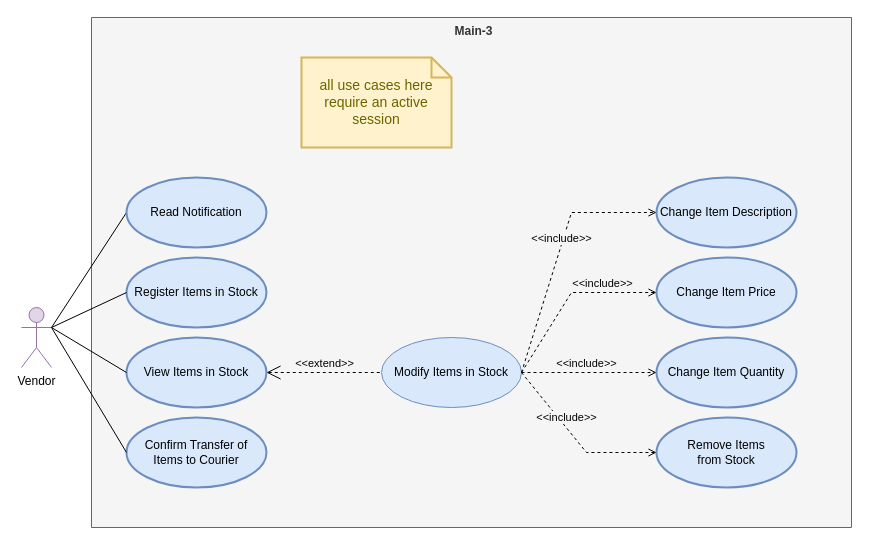
nati-esh-zed/online_shopping_webapp keeps this draw.io diagram as page "Main-3" (5 of 5) of software requirement/design/Use Case Diagram.drawio. Above is the earlier version. Source tidied: cells renumbered, new cells numbered last; positions are measured from the earlier drawing's top-left corner, leaving out a move shared by most shapes. Both pictures are drawn from the tidied source at 100%, with x=0, y=0 at pixel (21, 17).
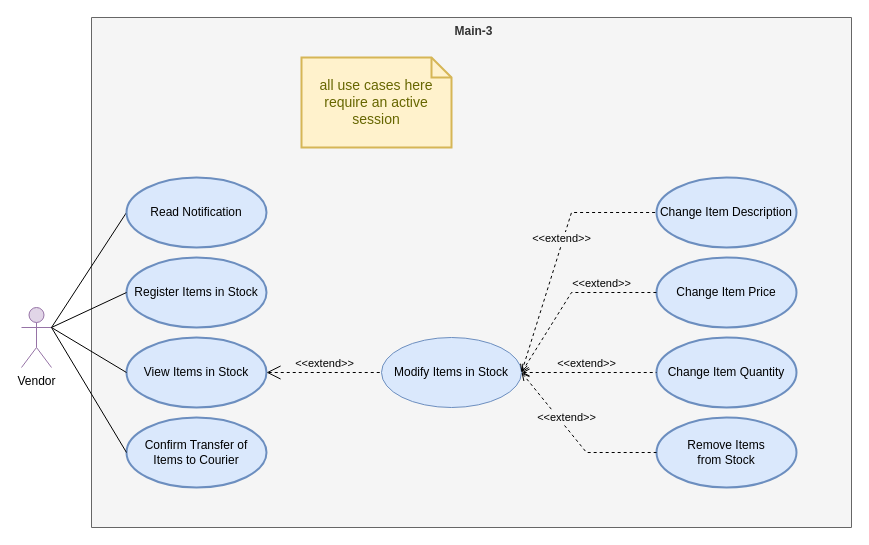
After the change.

Commit message (it also covers changes not shown here):
fix include-extend use-case diagram

Unchanged cells that the change refers to:
```xml
<mxCell id="13" value="Modify Items in Stock" style="ellipse;whiteSpace=wrap;html=1;fillColor=#dae8fc;strokeColor=#6c8ebf;strokeWidth=1;" parent="1" vertex="1">
  <mxGeometry x="360" y="320" width="140" height="70" as="geometry" />
</mxCell>
<mxCell id="15" value="Change Item Quantity" style="ellipse;whiteSpace=wrap;html=1;fillColor=#dae8fc;strokeColor=#6c8ebf;strokeWidth=2;" parent="1" vertex="1">
  <mxGeometry x="635" y="320" width="140" height="70" as="geometry" />
</mxCell>
<mxCell id="17" value="Remove Items&lt;br style=&quot;border-color: var(--border-color);&quot;&gt;from Stock" style="ellipse;whiteSpace=wrap;html=1;fillColor=#dae8fc;strokeColor=#6c8ebf;strokeWidth=2;" parent="1" vertex="1">
  <mxGeometry x="635" y="400" width="140" height="70" as="geometry" />
</mxCell>
<mxCell id="19" value="Change Item Description" style="ellipse;whiteSpace=wrap;html=1;fillColor=#dae8fc;strokeColor=#6c8ebf;strokeWidth=2;" parent="1" vertex="1">
  <mxGeometry x="635" y="160" width="140" height="70" as="geometry" />
</mxCell>
<mxCell id="21" value="Change Item Price" style="ellipse;whiteSpace=wrap;html=1;fillColor=#dae8fc;strokeColor=#6c8ebf;strokeWidth=2;" parent="1" vertex="1">
  <mxGeometry x="635" y="240" width="140" height="70" as="geometry" />
</mxCell>
```

The edit, as a diff of the source:
```diff
@@
-    <mxCell id="16" value="&amp;lt;&amp;lt;include&amp;gt;&amp;gt;" style="edgeStyle=none;html=1;endArrow=open;verticalAlign=bottom;dashed=1;labelBackgroundColor=#F5F5F5;rounded=0;exitX=1;exitY=0.5;exitDx=0;exitDy=0;entryX=0;entryY=0.5;entryDx=0;entryDy=0;" parent="1" edge="1" source="13" target="15">
+    <mxCell id="16" value="&amp;lt;&amp;lt;extend&amp;gt;&amp;gt;" style="edgeStyle=none;html=1;endArrow=none;verticalAlign=bottom;dashed=1;labelBackgroundColor=#F5F5F5;rounded=0;exitX=1;exitY=0.5;exitDx=0;exitDy=0;entryX=0;entryY=0.5;entryDx=0;entryDy=0;startArrow=open;startFill=0;endFill=0;" parent="1" edge="1" source="13" target="15">
       <mxGeometry x="-0.04" relative="1" as="geometry" />
     </mxCell>
@@
-    <mxCell id="18" value="&amp;lt;&amp;lt;include&amp;gt;&amp;gt;" style="edgeStyle=none;html=1;endArrow=open;verticalAlign=bottom;dashed=1;labelBackgroundColor=#F5F5F5;rounded=0;entryX=0;entryY=0.5;entryDx=0;entryDy=0;exitX=1;exitY=0.5;exitDx=0;exitDy=0;" parent="1" edge="1" source="13" target="17">
+    <mxCell id="18" value="&amp;lt;&amp;lt;extend&amp;gt;&amp;gt;" style="edgeStyle=none;html=1;endArrow=none;verticalAlign=bottom;dashed=1;labelBackgroundColor=#F5F5F5;rounded=0;entryX=0;entryY=0.5;entryDx=0;entryDy=0;exitX=1;exitY=0.5;exitDx=0;exitDy=0;startArrow=open;startFill=0;endFill=0;" parent="1" edge="1" source="13" target="17">
       <mxGeometry x="-0.18" relative="1" as="geometry">
         <Array as="points">
           <mxPoint x="565" y="435" />
         </Array>
         <mxPoint y="-1" as="offset" />
       </mxGeometry>
     </mxCell>
@@
-    <mxCell id="20" value="&amp;lt;&amp;lt;include&amp;gt;&amp;gt;" style="edgeStyle=none;html=1;endArrow=open;verticalAlign=bottom;dashed=1;labelBackgroundColor=#F5F5F5;rounded=0;exitX=1;exitY=0.5;exitDx=0;exitDy=0;entryX=0;entryY=0.5;entryDx=0;entryDy=0;" parent="1" edge="1" source="13" target="19">
+    <mxCell id="20" value="&amp;lt;&amp;lt;extend&amp;gt;&amp;gt;" style="edgeStyle=none;html=1;endArrow=none;verticalAlign=bottom;dashed=1;labelBackgroundColor=#F5F5F5;rounded=0;exitX=1;exitY=0.5;exitDx=0;exitDy=0;entryX=0;entryY=0.5;entryDx=0;entryDy=0;startArrow=open;startFill=0;endFill=0;" parent="1" edge="1" source="13" target="19">
       <mxGeometry x="0.04" y="-1" relative="1" as="geometry">
         <Array as="points">
           <mxPoint x="550" y="195" />
         </Array>
       </mxGeometry>
     </mxCell>
@@
-    <mxCell id="22" value="&amp;lt;&amp;lt;include&amp;gt;&amp;gt;" style="edgeStyle=none;html=1;endArrow=open;verticalAlign=bottom;dashed=1;labelBackgroundColor=#F5F5F5;rounded=0;exitX=1;exitY=0.5;exitDx=0;exitDy=0;entryX=0;entryY=0.5;entryDx=0;entryDy=0;" parent="1" edge="1" source="13" target="21">
-      <mxGeometry x="0.39" relative="1" as="geometry">
+    <mxCell id="22" value="&amp;lt;&amp;lt;extend&amp;gt;&amp;gt;" style="edgeStyle=none;html=1;endArrow=none;verticalAlign=bottom;dashed=1;labelBackgroundColor=#F5F5F5;rounded=0;exitX=1;exitY=0.5;exitDx=0;exitDy=0;entryX=0;entryY=0.5;entryDx=0;entryDy=0;startArrow=open;startFill=0;endFill=0;" parent="1" edge="1" source="13" target="21">
+      <mxGeometry x="0.38" relative="1" as="geometry">
         <Array as="points">
           <mxPoint x="550" y="275" />
         </Array>
       </mxGeometry>
     </mxCell>
```
